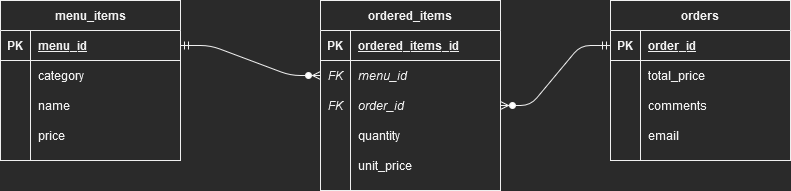
konradrydzak/PizzeriaAPP keeps this draw.io diagram as docs/PizzeriaAPP-ERD.png. Above is the earlier version. Source tidied: cells renumbered, new cells last; positions are measured from the earlier drawing's top-left corner, leaving out a move shared by most shapes.
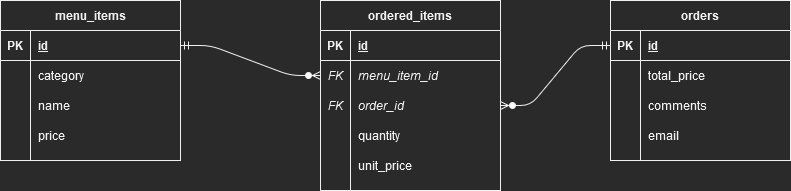
Later version of the same file.

Commit message:
ERD columns in tables naming updated

Diff of the diagram source:
```diff
@@ -11,7 +11,7 @@
     <mxCell id="4" value="PK" style="shape=partialRectangle;fillColor=none;top=0;left=0;bottom=0;right=0;fontStyle=1;overflow=hidden;" parent="3" vertex="1">
       <mxGeometry width="30" height="30" as="geometry" />
     </mxCell>
-    <mxCell id="5" value="menu_id" style="shape=partialRectangle;fillColor=none;top=0;left=0;bottom=0;right=0;align=left;spacingLeft=6;fontStyle=5;overflow=hidden;" parent="3" vertex="1">
+    <mxCell id="5" value="id" style="shape=partialRectangle;fillColor=none;top=0;left=0;bottom=0;right=0;align=left;spacingLeft=6;fontStyle=5;overflow=hidden;" parent="3" vertex="1">
       <mxGeometry x="30" width="150" height="30" as="geometry" />
     </mxCell>
     <mxCell id="6" style="shape=partialRectangle;fillColor=none;top=0;left=0;bottom=0;right=0;" parent="2" vertex="1">
@@ -50,7 +50,7 @@
     <mxCell id="17" value="PK" style="shape=partialRectangle;fillColor=none;top=0;left=0;bottom=0;right=0;fontStyle=1;overflow=hidden;" parent="16" vertex="1">
       <mxGeometry width="30" height="30" as="geometry" />
     </mxCell>
-    <mxCell id="18" value="order_id" style="shape=partialRectangle;fillColor=none;top=0;left=0;bottom=0;right=0;align=left;spacingLeft=6;fontStyle=5;overflow=hidden;" parent="16" vertex="1">
+    <mxCell id="18" value="id" style="shape=partialRectangle;fillColor=none;top=0;left=0;bottom=0;right=0;align=left;spacingLeft=6;fontStyle=5;overflow=hidden;" parent="16" vertex="1">
       <mxGeometry x="30" width="150" height="30" as="geometry" />
     </mxCell>
     <mxCell id="19" style="shape=partialRectangle;fillColor=none;top=0;left=0;bottom=0;right=0;" parent="15" vertex="1">
@@ -95,7 +95,7 @@
     <mxCell id="32" value="PK" style="shape=partialRectangle;fillColor=none;top=0;left=0;bottom=1;right=0;overflow=hidden;fontStyle=1;" parent="31" vertex="1">
       <mxGeometry width="30" height="30" as="geometry" />
     </mxCell>
-    <mxCell id="33" value="ordered_items_id" style="shape=partialRectangle;fillColor=none;top=0;left=0;bottom=1;right=0;align=left;spacingLeft=6;overflow=hidden;fontStyle=5;" parent="31" vertex="1">
+    <mxCell id="33" value="id" style="shape=partialRectangle;fillColor=none;top=0;left=0;bottom=1;right=0;align=left;spacingLeft=6;overflow=hidden;fontStyle=5;" parent="31" vertex="1">
       <mxGeometry x="30" width="150" height="30" as="geometry" />
     </mxCell>
     <mxCell id="34" style="shape=partialRectangle;fillColor=none;top=0;left=0;bottom=0;right=0;points=[[0,0.5],[1,0.5]];portConstraint=eastwest;" parent="30" vertex="1">
@@ -104,7 +104,7 @@
     <mxCell id="35" value="FK" style="shape=partialRectangle;fillColor=none;top=0;left=0;bottom=0;right=0;overflow=hidden;fontStyle=2;" parent="34" vertex="1">
       <mxGeometry width="30" height="30" as="geometry" />
     </mxCell>
-    <mxCell id="36" value="menu_id" style="shape=partialRectangle;fillColor=none;top=0;left=0;bottom=0;right=0;align=left;spacingLeft=6;overflow=hidden;fontStyle=2;" parent="34" vertex="1">
+    <mxCell id="36" value="menu_item_id" style="shape=partialRectangle;fillColor=none;top=0;left=0;bottom=0;right=0;align=left;spacingLeft=6;overflow=hidden;fontStyle=2;" parent="34" vertex="1">
       <mxGeometry x="30" width="150" height="30" as="geometry" />
     </mxCell>
     <mxCell id="37" style="shape=partialRectangle;fillColor=none;top=0;left=0;bottom=0;right=0;points=[[0,0.5],[1,0.5]];portConstraint=eastwest;" parent="30" vertex="1">
```
